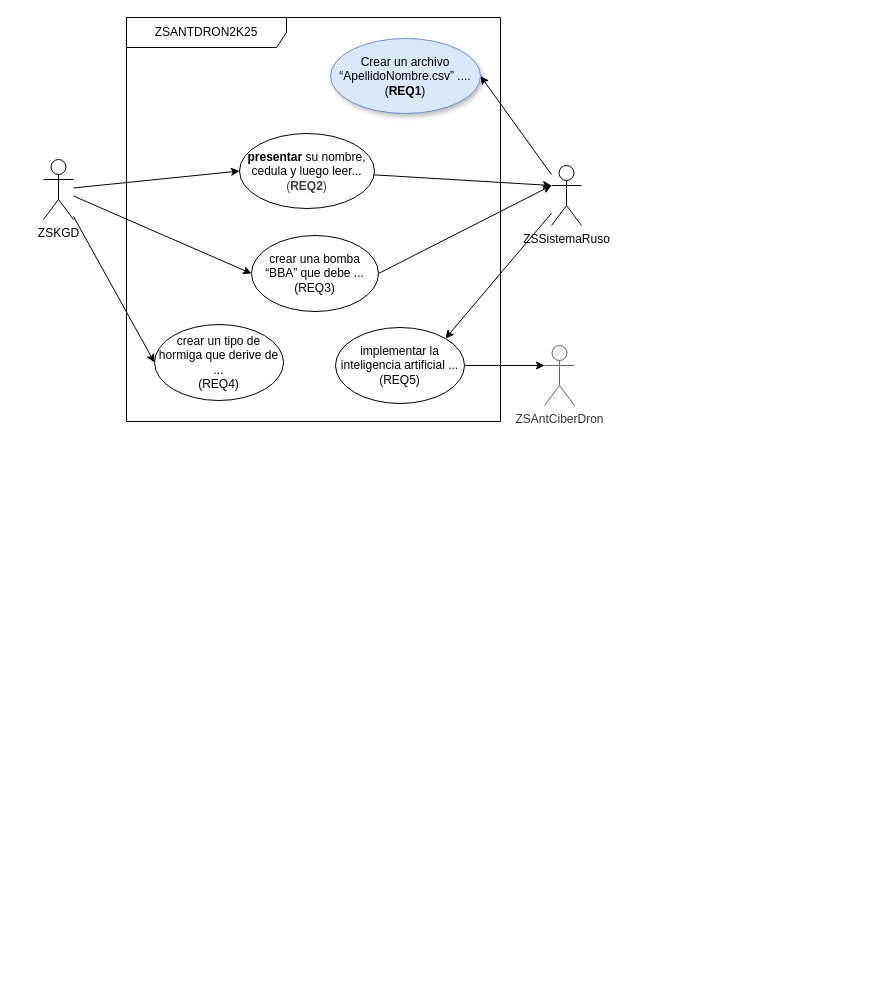
Before: doc/02_ZSDiagramaCasoUso.drawio in C-b4s/ZunigaSebastian_AntCiberDron, a draw.io diagram. Source tidied: cells renumbered, new cells numbered last; positions are measured from the earlier drawing's top-left corner, leaving out a move shared by most shapes. Both pictures are drawn from the tidied source at 100%, with x=0, y=0 at pixel (43, 17).
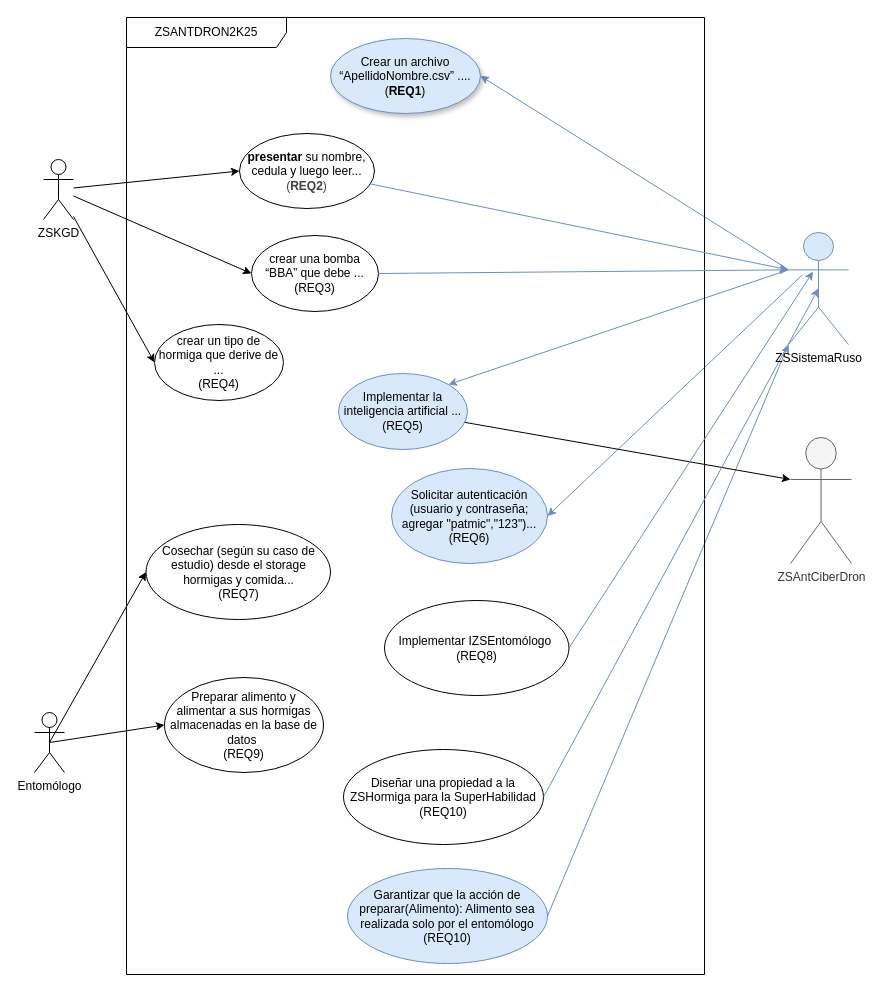
The same page after the edit.

Unchanged cells that the change refers to:
```xml
<mxCell id="9" value="crear una bomba “BBA” que debe ...&lt;div&gt;(REQ3)&lt;/div&gt;" style="ellipse;whiteSpace=wrap;html=1;" parent="8" vertex="1">
  <mxGeometry x="125" y="218" width="127" height="76" as="geometry" />
</mxCell>
<mxCell id="10" value="Crear un archivo “ApellidoNombre.csv” ....&lt;div&gt;(&lt;b&gt;REQ1&lt;/b&gt;)&lt;/div&gt;" style="ellipse;whiteSpace=wrap;html=1;shadow=1;fillColor=#dae8fc;strokeColor=#6c8ebf;" parent="8" vertex="1">
  <mxGeometry x="204" y="21" width="150" height="75" as="geometry" />
</mxCell>
<mxCell id="11" value="&lt;b&gt;presentar &lt;/b&gt;su nombre, cedula y luego leer...&lt;div&gt;&lt;span style=&quot;color: rgb(63, 63, 63);&quot;&gt;(&lt;b&gt;REQ2&lt;/b&gt;)&lt;/span&gt;&lt;/div&gt;" style="ellipse;whiteSpace=wrap;html=1;" parent="8" vertex="1">
  <mxGeometry x="113" y="116" width="135" height="75" as="geometry" />
</mxCell>
```

Diff of the diagram source:
```diff
@@
-    <mxCell id="5" style="edgeStyle=none;html=1;entryX=1;entryY=0.5;entryDx=0;entryDy=0;" parent="1" edge="1" source="7" target="10">
+    <mxCell id="5" style="edgeStyle=none;html=1;entryX=1;entryY=0.5;entryDx=0;entryDy=0;fillColor=#dae8fc;strokeColor=#6c8ebf;" parent="1" edge="1" source="7" target="10">
       <mxGeometry relative="1" as="geometry" />
     </mxCell>
-    <mxCell id="6" style="edgeStyle=none;html=1;entryX=1;entryY=0;entryDx=0;entryDy=0;" parent="1" edge="1" source="7" target="13">
+    <mxCell id="6" style="edgeStyle=none;html=1;entryX=1;entryY=0;entryDx=0;entryDy=0;exitX=0;exitY=0.3333333333333333;exitDx=0;exitDy=0;exitPerimeter=0;fillColor=#dae8fc;strokeColor=#6c8ebf;" parent="1" edge="1" source="7" target="13">
       <mxGeometry relative="1" as="geometry" />
     </mxCell>
-    <mxCell id="7" value="ZSSistemaRuso" style="shape=umlActor;verticalLabelPosition=bottom;verticalAlign=top;html=1;" parent="1" vertex="1">
-      <mxGeometry x="508" y="148" width="30" height="60" as="geometry" />
-    </mxCell>
+    <mxCell id="19" style="edgeStyle=none;html=1;entryX=1;entryY=0.5;entryDx=0;entryDy=0;fillColor=#dae8fc;strokeColor=#6c8ebf;exitX=0.236;exitY=0.376;exitDx=0;exitDy=0;exitPerimeter=0;" parent="1" edge="1" source="7" target="21">
+      <mxGeometry relative="1" as="geometry" />
+    </mxCell>
+    <mxCell id="20" style="edgeStyle=none;html=1;entryX=0;entryY=1;entryDx=0;entryDy=0;fillColor=#dae8fc;strokeColor=#6c8ebf;entryPerimeter=0;exitX=1;exitY=0.5;exitDx=0;exitDy=0;" parent="1" edge="1" source="26" target="7">
+      <mxGeometry relative="1" as="geometry" />
+    </mxCell>
     <mxCell id="8" value="ZSANTDRON2K25" style="shape=umlFrame;whiteSpace=wrap;html=1;width=160;" parent="1" vertex="1">
-      <mxGeometry x="83" width="374" height="404" as="geometry" />
+      <mxGeometry x="83" width="578" height="957" as="geometry" />
     </mxCell>
@@
-    <mxCell id="13" value="implementar la inteligencia artificial ...&lt;div&gt;(REQ5)&lt;/div&gt;" style="ellipse;whiteSpace=wrap;html=1;" parent="8" vertex="1">
-      <mxGeometry x="209" y="310" width="129" height="76" as="geometry" />
+    <mxCell id="13" value="Implementar la inteligencia artificial ...&lt;div&gt;(REQ5)&lt;/div&gt;" style="ellipse;whiteSpace=wrap;html=1;fillColor=#dae8fc;strokeColor=#6c8ebf;" parent="8" vertex="1">
+      <mxGeometry x="212" y="356" width="129" height="76" as="geometry" />
     </mxCell>
+    <mxCell id="21" value="Solicitar autenticación (usuario y contraseña; agregar &quot;patmic&quot;,&quot;123&quot;)...&lt;div&gt;(REQ6)&lt;/div&gt;" style="ellipse;whiteSpace=wrap;html=1;fillColor=#dae8fc;strokeColor=#6c8ebf;" parent="8" vertex="1">
+      <mxGeometry x="265" y="451" width="156" height="95" as="geometry" />
+    </mxCell>
+    <mxCell id="22" value="Cosechar (según su caso de estudio) desde el storage hormigas y comida...&lt;div&gt;(REQ7)&lt;/div&gt;" style="ellipse;whiteSpace=wrap;html=1;" parent="8" vertex="1">
+      <mxGeometry x="19.5" y="507" width="184.5" height="95" as="geometry" />
+    </mxCell>
+    <mxCell id="23" value="&lt;div&gt;&lt;font color=&quot;#000000&quot;&gt;Implementar IZSEntomólogo&amp;nbsp;&lt;/font&gt;&lt;/div&gt;&lt;div&gt;(REQ8)&lt;/div&gt;" style="ellipse;whiteSpace=wrap;html=1;" parent="8" vertex="1">
+      <mxGeometry x="258" y="583" width="184.5" height="95" as="geometry" />
+    </mxCell>
+    <mxCell id="24" value="&lt;div&gt;&lt;font color=&quot;#000000&quot;&gt;Preparar alimento y alimentar a sus hormigas almacenadas en la base de datos&amp;nbsp;&lt;/font&gt;&lt;/div&gt;&lt;div&gt;&lt;font color=&quot;#000000&quot;&gt;(REQ9)&lt;/font&gt;&lt;/div&gt;" style="ellipse;whiteSpace=wrap;html=1;" parent="8" vertex="1">
+      <mxGeometry x="38" y="660" width="159" height="95" as="geometry" />
+    </mxCell>
+    <mxCell id="25" value="&lt;div&gt;&lt;font color=&quot;#000000&quot;&gt;Diseñar una propiedad a la ZSHormiga para la SuperHabilidad&lt;/font&gt;&lt;/div&gt;&lt;div&gt;&lt;font color=&quot;#000000&quot;&gt;(REQ10)&lt;/font&gt;&lt;/div&gt;" style="ellipse;whiteSpace=wrap;html=1;" parent="8" vertex="1">
+      <mxGeometry x="217" y="732" width="200" height="95" as="geometry" />
+    </mxCell>
+    <mxCell id="26" value="&lt;div&gt;&lt;font color=&quot;#000000&quot;&gt;Garantizar que la acción de preparar(Alimento): Alimento sea realizada solo por el entomólogo&lt;/font&gt;&lt;/div&gt;&lt;div&gt;&lt;font color=&quot;#000000&quot;&gt;(REQ10)&lt;/font&gt;&lt;/div&gt;" style="ellipse;whiteSpace=wrap;html=1;fillColor=#dae8fc;strokeColor=#6c8ebf;" parent="8" vertex="1">
+      <mxGeometry x="221" y="851" width="200" height="95" as="geometry" />
+    </mxCell>
@@
-    <mxCell id="15" style="edgeStyle=none;html=1;entryX=0;entryY=0.3333333333333333;entryDx=0;entryDy=0;entryPerimeter=0;exitX=1;exitY=0.5;exitDx=0;exitDy=0;" parent="1" edge="1" source="9" target="7">
+    <mxCell id="15" style="edgeStyle=none;html=1;entryX=0;entryY=0.3333333333333333;entryDx=0;entryDy=0;entryPerimeter=0;exitX=1;exitY=0.5;exitDx=0;exitDy=0;fillColor=#dae8fc;strokeColor=#6c8ebf;" parent="1" edge="1" source="9" target="7">
       <mxGeometry relative="1" as="geometry" />
     </mxCell>
-    <mxCell id="16" style="edgeStyle=none;html=1;entryX=0;entryY=0.3333333333333333;entryDx=0;entryDy=0;entryPerimeter=0;" parent="1" edge="1" source="11" target="7">
+    <mxCell id="16" style="edgeStyle=none;html=1;entryX=0;entryY=0.3333333333333333;entryDx=0;entryDy=0;entryPerimeter=0;fillColor=#dae8fc;strokeColor=#6c8ebf;" parent="1" edge="1" source="11" target="7">
       <mxGeometry relative="1" as="geometry" />
     </mxCell>
     <mxCell id="17" value="ZSAntCiberDron" style="shape=umlActor;verticalLabelPosition=bottom;verticalAlign=top;html=1;fillColor=#f5f5f5;fontColor=#333333;strokeColor=#666666;" parent="1" vertex="1">
-      <mxGeometry x="501" y="328" width="30" height="60" as="geometry" />
+      <mxGeometry x="747" y="420" width="61" height="126" as="geometry" />
     </mxCell>
@@
+    <mxCell id="27" style="edgeStyle=none;html=1;exitX=0.5;exitY=0.5;exitDx=0;exitDy=0;exitPerimeter=0;entryX=0;entryY=0.5;entryDx=0;entryDy=0;" parent="1" edge="1" source="29" target="22">
+      <mxGeometry relative="1" as="geometry" />
+    </mxCell>
+    <mxCell id="28" style="edgeStyle=none;html=1;exitX=0.5;exitY=0.5;exitDx=0;exitDy=0;exitPerimeter=0;entryX=0;entryY=0.5;entryDx=0;entryDy=0;" parent="1" edge="1" source="29" target="24">
+      <mxGeometry relative="1" as="geometry" />
+    </mxCell>
+    <mxCell id="29" value="Entomólogo" style="shape=umlActor;verticalLabelPosition=bottom;verticalAlign=top;html=1;" parent="1" vertex="1">
+      <mxGeometry x="-9" y="695" width="30" height="60" as="geometry" />
+    </mxCell>
+    <mxCell id="30" style="edgeStyle=none;html=1;exitX=1;exitY=0.5;exitDx=0;exitDy=0;fillColor=#dae8fc;strokeColor=#6c8ebf;entryX=0.409;entryY=0.349;entryDx=0;entryDy=0;entryPerimeter=0;" parent="1" edge="1" source="23" target="7">
+      <mxGeometry relative="1" as="geometry" />
+    </mxCell>
+    <mxCell id="31" style="edgeStyle=none;html=1;exitX=1;exitY=0.5;exitDx=0;exitDy=0;entryX=0.5;entryY=0.5;entryDx=0;entryDy=0;entryPerimeter=0;fillColor=#dae8fc;strokeColor=#6c8ebf;" parent="1" edge="1" source="25" target="7">
+      <mxGeometry relative="1" as="geometry" />
+    </mxCell>
+    <mxCell id="7" value="ZSSistemaRuso" style="shape=umlActor;verticalLabelPosition=bottom;verticalAlign=top;html=1;fillColor=#dae8fc;strokeColor=#6c8ebf;" parent="1" vertex="1">
+      <mxGeometry x="745" y="215" width="60" height="112" as="geometry" />
+    </mxCell>
```
